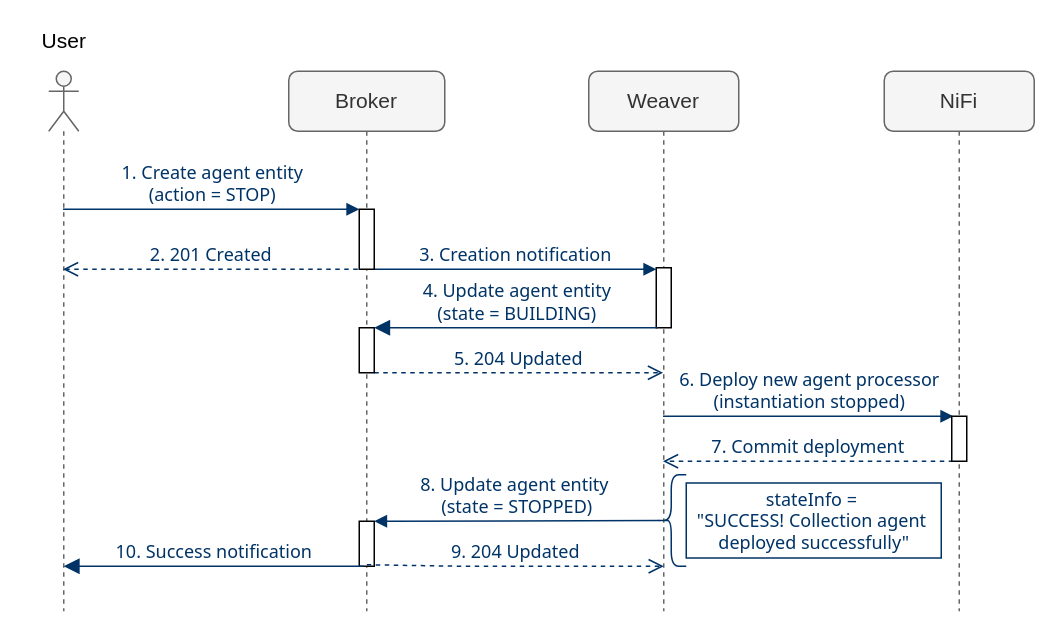
The draw.io diagram page "collection-agent-stop-deployment" (4 of 14) of docs/sda-orchestration/img/SDA-orchestration-sequence-diagrams.drawio in giros-dit/semantic-data-aggregator, before the edit. Source tidied: cells renumbered, new cells numbered last; positions are measured from the earlier drawing's top-left corner, leaving out a move shared by most shapes. Both pictures are drawn from the tidied source at 150%, with x=0, y=0 at pixel (26, 26).
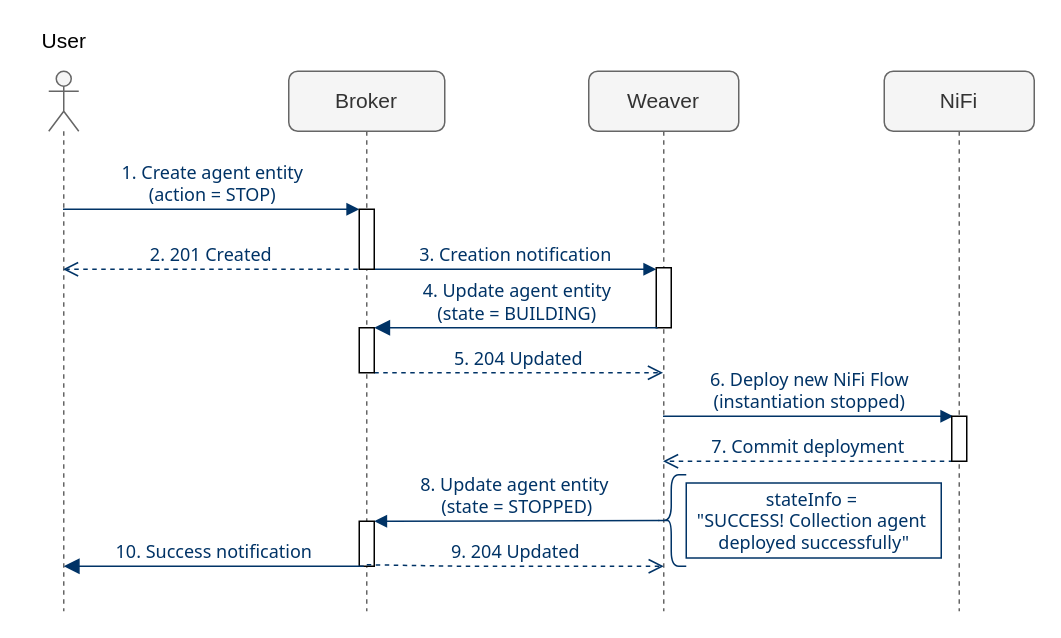
The same page after the edit.

Unchanged cells that the change refers to:
```xml
<mxCell id="3" value="Weaver" style="shape=umlLifeline;perimeter=lifelinePerimeter;whiteSpace=wrap;html=1;outlineConnect=0;rounded=1;fontSize=14;fontColor=#333333;strokeColor=#666666;fillColor=#f5f5f5;" parent="1" vertex="1">
  <mxGeometry x="375" y="30" width="100" height="360" as="geometry" />
</mxCell>
<mxCell id="17" style="html=1;points=[];perimeter=orthogonalPerimeter;fontFamily=Tahoma;fontSize=12;fontColor=#003366;" parent="1" vertex="1">
  <mxGeometry x="617" y="260" width="10" height="30" as="geometry" />
</mxCell>
```

Diff of the diagram source:
```diff
@@
-    <mxCell id="7" value="6. Deploy new agent processor&lt;br&gt;(instantiation stopped)" style="html=1;verticalAlign=bottom;endArrow=block;strokeColor=#003366;fontFamily=Tahoma;fontSize=12;fontColor=#003366;entryX=0.1;entryY=0;entryDx=0;entryDy=0;entryPerimeter=0;" parent="1" edge="1" source="3" target="17">
+    <mxCell id="7" value="6. Deploy new NiFi Flow&lt;br&gt;(instantiation stopped)" style="html=1;verticalAlign=bottom;endArrow=block;strokeColor=#003366;fontFamily=Tahoma;fontSize=12;fontColor=#003366;entryX=0.1;entryY=0;entryDx=0;entryDy=0;entryPerimeter=0;" parent="1" edge="1" source="3" target="17">
       <mxGeometry relative="1" as="geometry" />
     </mxCell>
```
